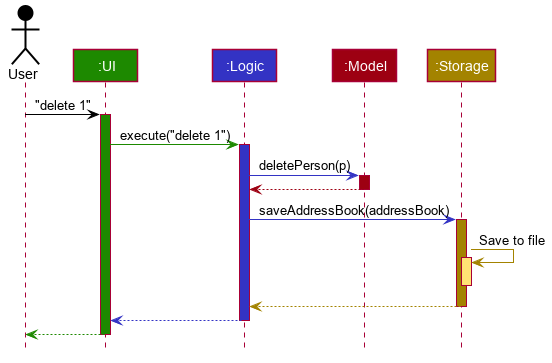
Before: docs/images/ArchitectureSequenceDiagram.png, a diagram exported from PlantUML (nus-cs2103-AY1920S2/addressbook-level3).
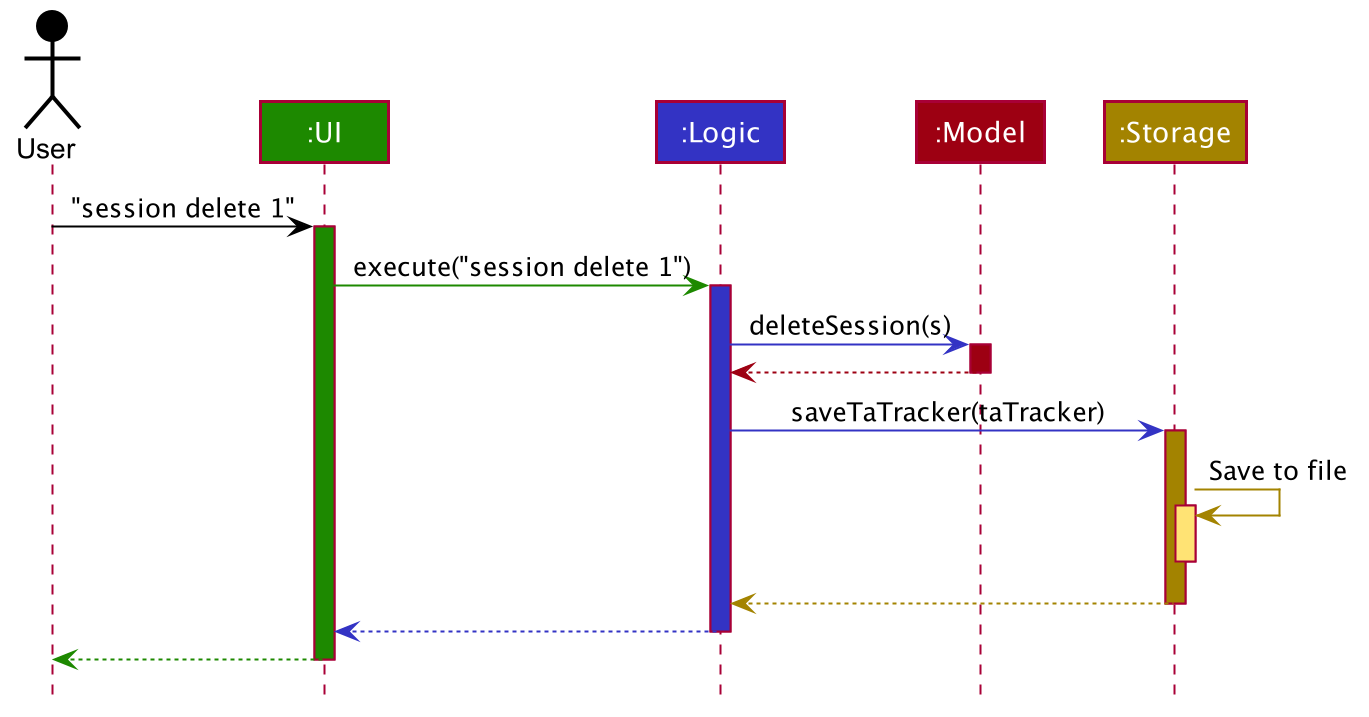
Later version of the same file.

Commit message:
Update overall sequence diagram

Diff of the diagram source:
```diff
@@ -54,19 +54,19 @@
 Participant ":Model" as model #9D0012
 Participant ":Storage" as storage #A38300
 
-user -[#000000]> ui : "delete 1"
+user -[#000000]> ui : "session delete 1"
 activate ui #1D8900
 
-ui -[#1D8900]> logic : execute("delete 1")
+ui -[#1D8900]> logic : execute("session delete 1")
 activate logic #3333C4
 
-logic -[#3333C4]> model : deletePerson(p)
+logic -[#3333C4]> model : deleteSession(s)
 activate model #9D0012
 
 model -[#9D0012]-> logic
 deactivate model
 
-logic -[#3333C4]> storage : saveAddressBook(addressBook)
+logic -[#3333C4]> storage : saveTaTracker(taTracker)
 activate storage #A38300
 
 storage -[#A38300]> storage : Save to file
```
